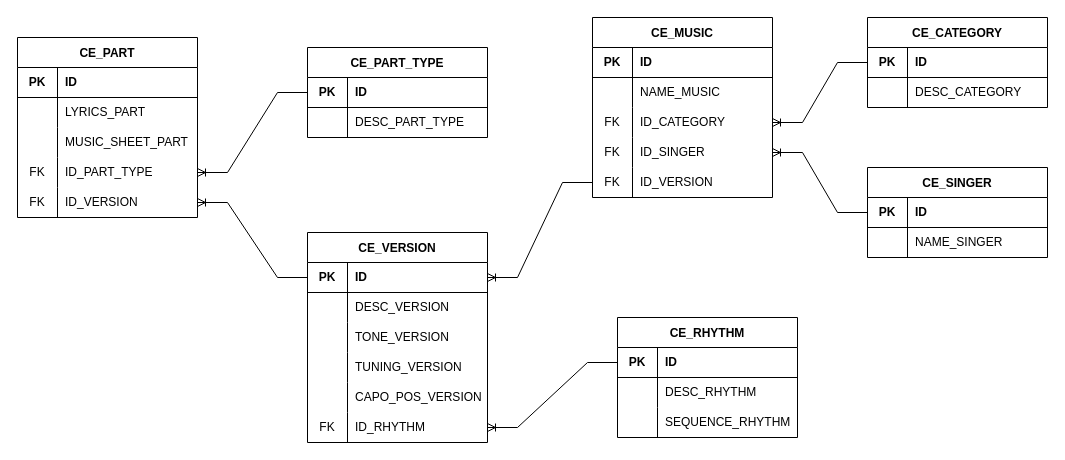
This is diagrams/ERD.drawio from diasCr/cifraEasy, a draw.io file, before an edit. Source tidied: cells renumbered, new cells numbered last; positions are measured from the earlier drawing's top-left corner, leaving out a move shared by most shapes. Both pictures are drawn from the tidied source at 100%, with x=0, y=0 at pixel (17, 17).
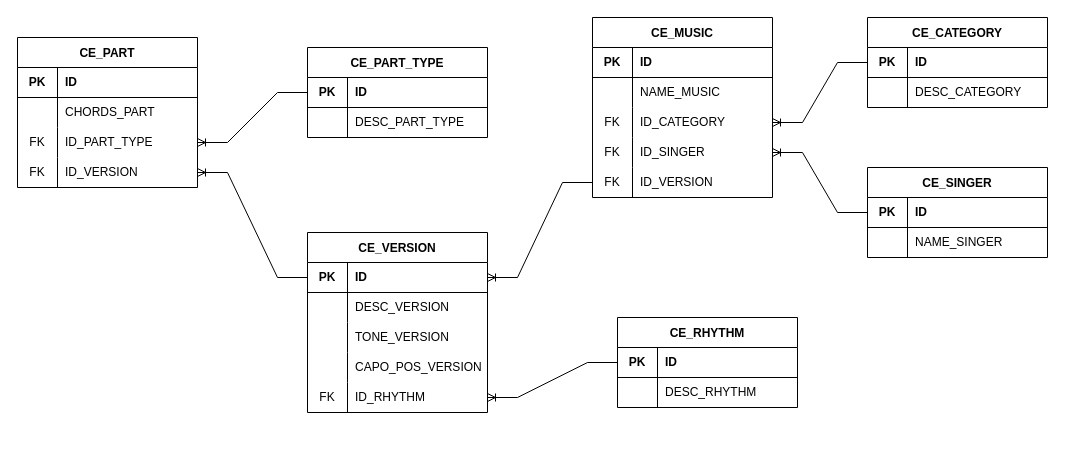
The same page after the edit.

Commit message:
fix: corrects ERD errors

Change to the diagram source:
```diff
@@
     <mxCell id="32" value="CE_PART" style="shape=table;startSize=30;childLayout=tableLayout;rowLines=0;fontStyle=1;align=center;" parent="1" vertex="1">
-      <mxGeometry y="20" width="180" height="180" as="geometry" />
+      <mxGeometry y="20" width="180" height="150" as="geometry" />
     </mxCell>
@@
-    <mxCell id="36" style="shape=partialRectangle;html=1;whiteSpace=wrap;fillColor=none;top=0;left=0;bottom=0;right=0;" parent="32" vertex="1">
-      <mxGeometry y="60" width="180" height="30" as="geometry" />
-    </mxCell>
-    <mxCell id="37" style="shape=partialRectangle;html=1;whiteSpace=wrap;fillColor=none;top=0;left=0;bottom=0;right=0;overflow=hidden;" parent="36" vertex="1">
-      <mxGeometry width="40" height="30" as="geometry" />
-    </mxCell>
-    <mxCell id="38" value="LYRICS_PART" style="shape=partialRectangle;html=1;whiteSpace=wrap;fillColor=none;top=0;left=0;bottom=0;right=0;align=left;spacingLeft=6;overflow=hidden;" parent="36" vertex="1">
-      <mxGeometry x="40" width="140" height="30" as="geometry" />
-    </mxCell>
     <mxCell id="39" style="shape=partialRectangle;html=1;whiteSpace=wrap;fillColor=none;top=0;left=0;bottom=0;right=0;" parent="32" vertex="1">
-      <mxGeometry y="90" width="180" height="30" as="geometry" />
+      <mxGeometry y="60" width="180" height="30" as="geometry" />
     </mxCell>
@@
-    <mxCell id="41" value="MUSIC_SHEET_PART" style="shape=partialRectangle;html=1;whiteSpace=wrap;fillColor=none;top=0;left=0;bottom=0;right=0;align=left;spacingLeft=6;overflow=hidden;" parent="39" vertex="1">
+    <mxCell id="41" value="CHORDS_PART" style="shape=partialRectangle;html=1;whiteSpace=wrap;fillColor=none;top=0;left=0;bottom=0;right=0;align=left;spacingLeft=6;overflow=hidden;" parent="39" vertex="1">
       <mxGeometry x="40" width="140" height="30" as="geometry" />
     </mxCell>
     <mxCell id="42" style="shape=partialRectangle;html=1;whiteSpace=wrap;fillColor=none;top=0;left=0;bottom=0;right=0;points=[[0,0.5],[1,0.5]];portConstraint=eastwest;" parent="32" vertex="1">
-      <mxGeometry y="120" width="180" height="30" as="geometry" />
+      <mxGeometry y="90" width="180" height="30" as="geometry" />
     </mxCell>
@@
     <mxCell id="45" style="shape=partialRectangle;html=1;whiteSpace=wrap;fillColor=none;top=0;left=0;bottom=0;right=0;points=[[0,0.5],[1,0.5]];portConstraint=eastwest;" parent="32" vertex="1">
-      <mxGeometry y="150" width="180" height="30" as="geometry" />
+      <mxGeometry y="120" width="180" height="30" as="geometry" />
     </mxCell>
@@
     <mxCell id="48" value="CE_VERSION" style="shape=table;startSize=30;childLayout=tableLayout;rowLines=0;fontStyle=1;align=center;" parent="1" vertex="1">
-      <mxGeometry x="290" y="215" width="180" height="210" as="geometry" />
+      <mxGeometry x="290" y="215" width="180" height="180" as="geometry" />
     </mxCell>
@@
-    <mxCell id="58" style="shape=partialRectangle;html=1;whiteSpace=wrap;fillColor=none;top=0;left=0;bottom=0;right=0;" parent="48" vertex="1">
-      <mxGeometry y="120" width="180" height="30" as="geometry" />
-    </mxCell>
-    <mxCell id="59" style="shape=partialRectangle;html=1;whiteSpace=wrap;fillColor=none;top=0;left=0;bottom=0;right=0;overflow=hidden;" parent="58" vertex="1">
-      <mxGeometry width="40" height="30" as="geometry" />
-    </mxCell>
-    <mxCell id="60" value="TUNING_VERSION" style="shape=partialRectangle;html=1;whiteSpace=wrap;fillColor=none;top=0;left=0;bottom=0;right=0;align=left;spacingLeft=6;overflow=hidden;" parent="58" vertex="1">
-      <mxGeometry x="40" width="140" height="30" as="geometry" />
-    </mxCell>
     <mxCell id="61" style="shape=partialRectangle;html=1;whiteSpace=wrap;fillColor=none;top=0;left=0;bottom=0;right=0;" parent="48" vertex="1">
-      <mxGeometry y="150" width="180" height="30" as="geometry" />
+      <mxGeometry y="120" width="180" height="30" as="geometry" />
     </mxCell>
@@
     <mxCell id="64" style="shape=partialRectangle;html=1;whiteSpace=wrap;fillColor=none;top=0;left=0;bottom=0;right=0;points=[[0,0.5],[1,0.5]];portConstraint=eastwest;" parent="48" vertex="1">
-      <mxGeometry y="180" width="180" height="30" as="geometry" />
+      <mxGeometry y="150" width="180" height="30" as="geometry" />
     </mxCell>
@@
     <mxCell id="74" value="CE_RHYTHM" style="shape=table;startSize=30;childLayout=tableLayout;rowLines=0;fontStyle=1;align=center;" parent="1" vertex="1">
-      <mxGeometry x="600" y="300" width="180" height="120" as="geometry" />
+      <mxGeometry x="600" y="300" width="180" height="90" as="geometry" />
     </mxCell>
@@
-    <mxCell id="81" style="shape=partialRectangle;html=1;whiteSpace=wrap;fillColor=none;top=0;left=0;bottom=0;right=0;" parent="74" vertex="1">
-      <mxGeometry y="90" width="180" height="30" as="geometry" />
-    </mxCell>
-    <mxCell id="82" style="shape=partialRectangle;html=1;whiteSpace=wrap;fillColor=none;top=0;left=0;bottom=0;right=0;overflow=hidden;" parent="81" vertex="1">
-      <mxGeometry width="40" height="30" as="geometry" />
-    </mxCell>
-    <mxCell id="83" value="SEQUENCE_RHYTHM" style="shape=partialRectangle;html=1;whiteSpace=wrap;fillColor=none;top=0;left=0;bottom=0;right=0;align=left;spacingLeft=6;overflow=hidden;" parent="81" vertex="1">
-      <mxGeometry x="40" width="140" height="30" as="geometry" />
-    </mxCell>
```
